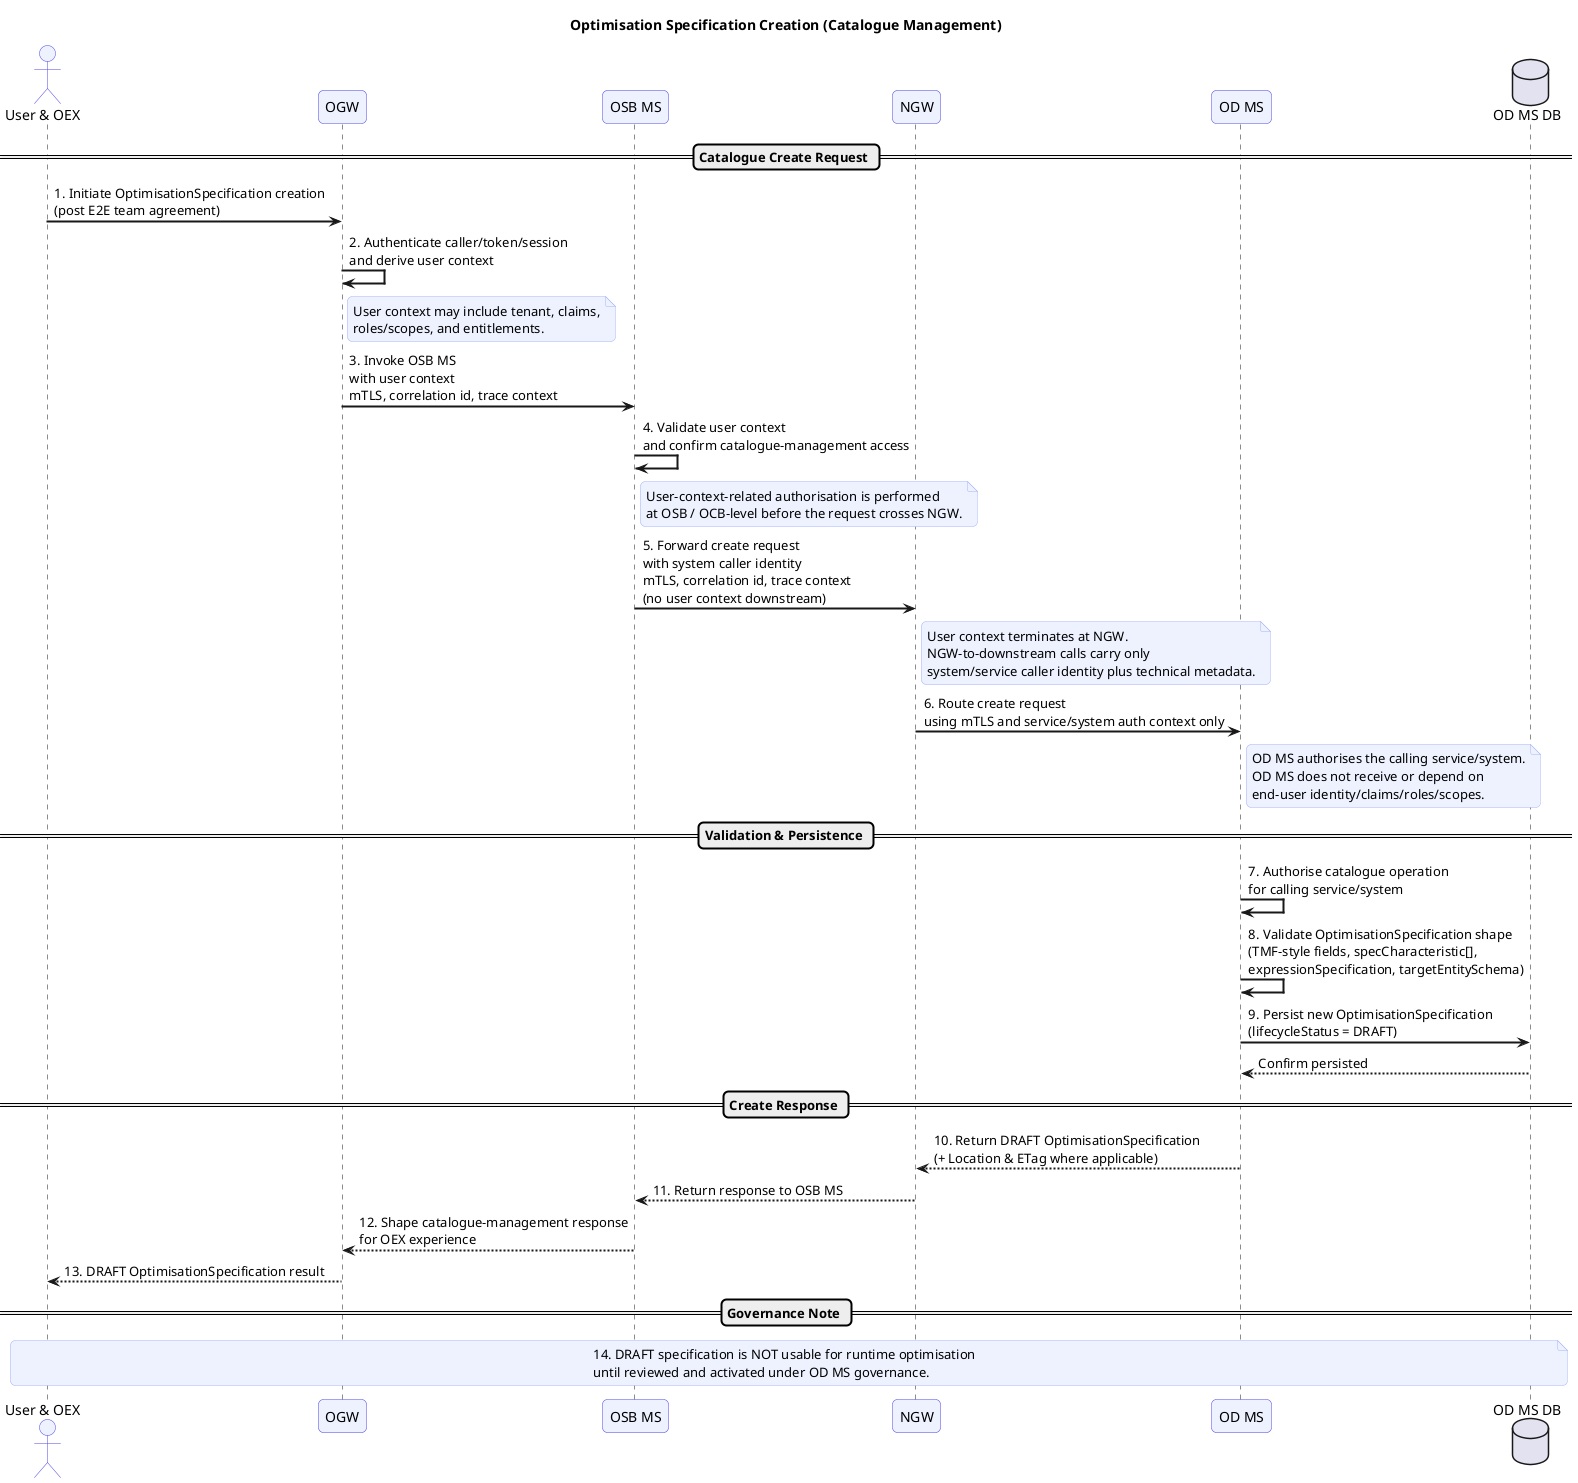
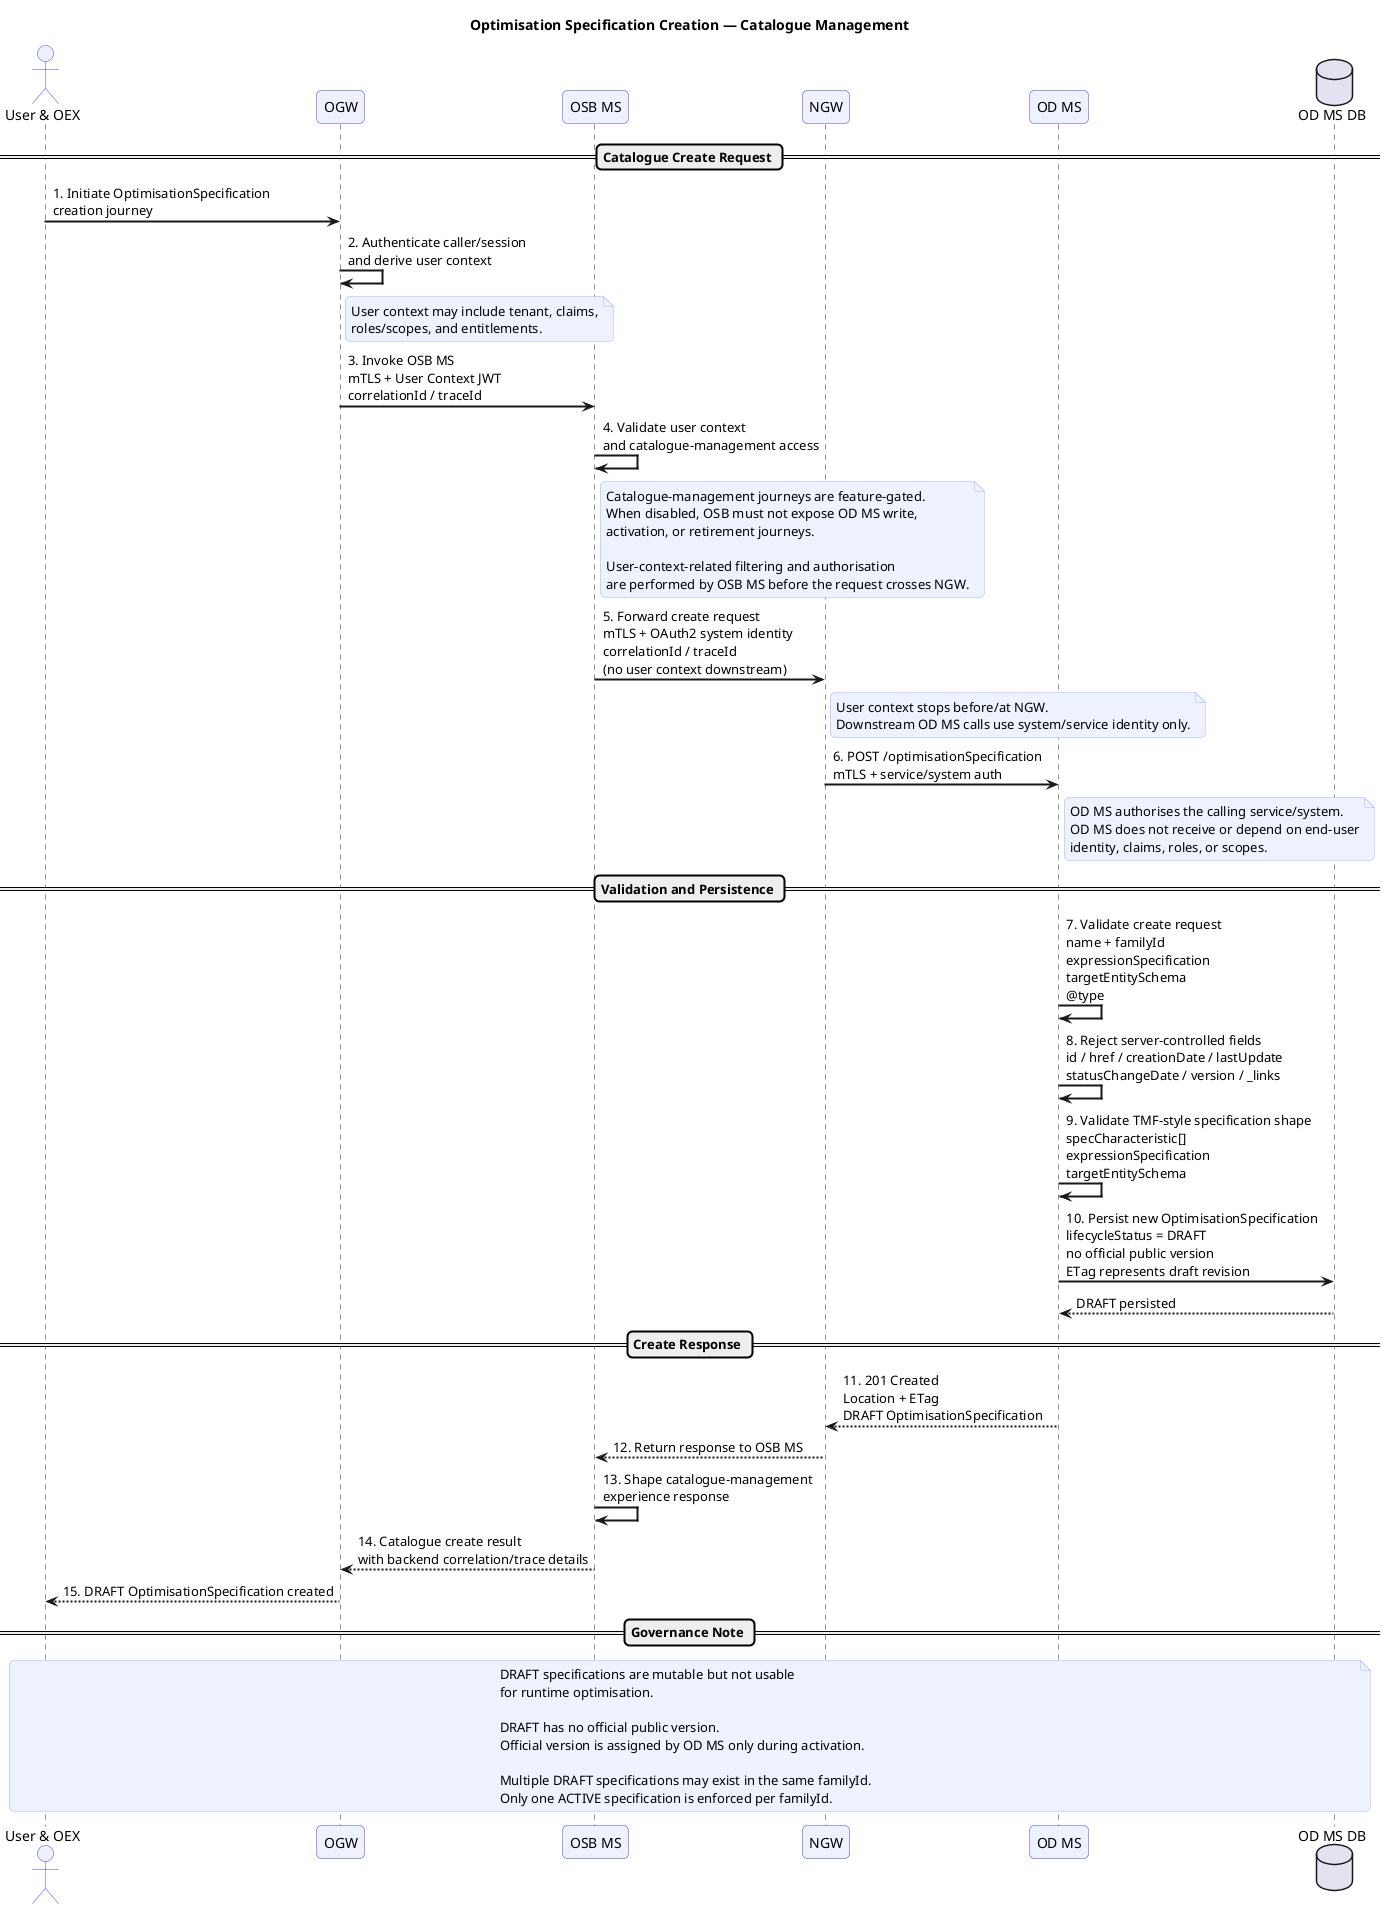
@startuml
- title Optimisation Specification Creation (Catalogue Management)
+ title Optimisation Specification Creation — Catalogue Management

skinparam sequenceArrowThickness 2
skinparam roundcorner 10
skinparam sequenceParticipantBackgroundColor #EEF2FF
skinparam sequenceParticipantBorderColor #4F46E5
skinparam sequenceActorBackgroundColor #EEF2FF
skinparam sequenceActorBorderColor #4F46E5
skinparam noteBorderColor #A5B4FC
skinparam noteBackgroundColor #EEF2FF

- actor "User & OEX " as Caller
+ actor "User & OEX" as Caller
participant "OGW" as OGW
participant "OSB MS" as OSB
participant "NGW" as NGW
participant "OD MS" as ODMS
database "OD MS DB" as ODDB

== Catalogue Create Request ==

- Caller -> OGW : 1. Initiate OptimisationSpecification creation\n(post E2E team agreement)
- OGW -> OGW : 2. Authenticate caller/token/session\nand derive user context
+ Caller -> OGW : 1. Initiate OptimisationSpecification\ncreation journey
+ OGW -> OGW : 2. Authenticate caller/session\nand derive user context
+ 
note right of OGW
User context may include tenant, claims,
roles/scopes, and entitlements.
end note

- OGW -> OSB : 3. Invoke OSB MS\nwith user context\nmTLS, correlation id, trace context
- OSB -> OSB : 4. Validate user context\nand confirm catalogue-management access
+ OGW -> OSB : 3. Invoke OSB MS\nmTLS + User Context JWT\ncorrelationId / traceId
+ 
+ OSB -> OSB : 4. Validate user context\nand catalogue-management access
+ 
note right of OSB
- User-context-related authorisation is performed
- at OSB / OCB-level before the request crosses NGW.
+ Catalogue-management journeys are feature-gated.
+ When disabled, OSB must not expose OD MS write,
+ activation, or retirement journeys.
+ 
+ User-context-related filtering and authorisation
+ are performed by OSB MS before the request crosses NGW.
end note

- OSB -> NGW : 5. Forward create request\nwith system caller identity\nmTLS, correlation id, trace context\n(no user context downstream)
+ OSB -> NGW : 5. Forward create request\nmTLS + OAuth2 system identity\ncorrelationId / traceId\n(no user context downstream)
+ 
note right of NGW
- User context terminates at NGW.
- NGW-to-downstream calls carry only
- system/service caller identity plus technical metadata.
+ User context stops before/at NGW.
+ Downstream OD MS calls use system/service identity only.
end note

- NGW -> ODMS : 6. Route create request\nusing mTLS and service/system auth context only
+ NGW -> ODMS : 6. POST /optimisationSpecification\nmTLS + service/system auth
+ 
note right of ODMS
OD MS authorises the calling service/system.
- OD MS does not receive or depend on
- end-user identity/claims/roles/scopes.
+ OD MS does not receive or depend on end-user
+ identity, claims, roles, or scopes.
end note

- == Validation & Persistence ==
+ == Validation and Persistence ==

- ODMS -> ODMS : 7. Authorise catalogue operation\nfor calling service/system
- ODMS -> ODMS : 8. Validate OptimisationSpecification shape\n(TMF-style fields, specCharacteristic[],\nexpressionSpecification, targetEntitySchema)
- ODMS -> ODDB : 9. Persist new OptimisationSpecification\n(lifecycleStatus = DRAFT)
- ODDB --> ODMS : Confirm persisted
+ ODMS -> ODMS : 7. Validate create request\nname + familyId\nexpressionSpecification\ntargetEntitySchema\n@type
+ ODMS -> ODMS : 8. Reject server-controlled fields\nid / href / creationDate / lastUpdate\nstatusChangeDate / version / _links
+ ODMS -> ODMS : 9. Validate TMF-style specification shape\nspecCharacteristic[]\nexpressionSpecification\ntargetEntitySchema
+ 
+ ODMS -> ODDB : 10. Persist new OptimisationSpecification\nlifecycleStatus = DRAFT\nno official public version\nETag represents draft revision
+ ODDB --> ODMS : DRAFT persisted

== Create Response ==

- ODMS --> NGW : 10. Return DRAFT OptimisationSpecification\n(+ Location & ETag where applicable)
- NGW --> OSB : 11. Return response to OSB MS
- OSB --> OGW : 12. Shape catalogue-management response\nfor OEX experience
- OGW --> Caller : 13. DRAFT OptimisationSpecification result
+ ODMS --> NGW : 11. 201 Created\nLocation + ETag\nDRAFT OptimisationSpecification
+ NGW --> OSB : 12. Return response to OSB MS
+ 
+ OSB -> OSB : 13. Shape catalogue-management\nexperience response
+ OSB --> OGW : 14. Catalogue create result\nwith backend correlation/trace details
+ OGW --> Caller : 15. DRAFT OptimisationSpecification created

== Governance Note ==

note over Caller, ODDB
- 14. DRAFT specification is NOT usable for runtime optimisation
- until reviewed and activated under OD MS governance.
+ DRAFT specifications are mutable but not usable
+ for runtime optimisation.
+ 
+ DRAFT has no official public version.
+ Official version is assigned by OD MS only during activation.
+ 
+ Multiple DRAFT specifications may exist in the same familyId.
+ Only one ACTIVE specification is enforced per familyId.
end note

@enduml
